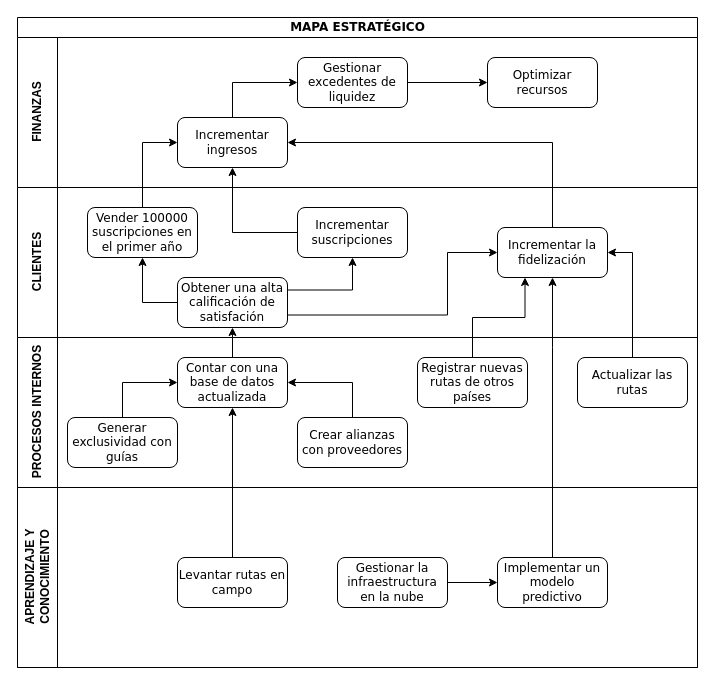
The draw.io diagram CMI.drawio in paulchicaiza/tics, before the edit. Source tidied: cells renumbered, new cells numbered last; positions are measured from the earlier drawing's top-left corner, leaving out a move shared by most shapes. Both pictures are drawn from the tidied source at 100%, with x=0, y=0 at pixel (17, 17).
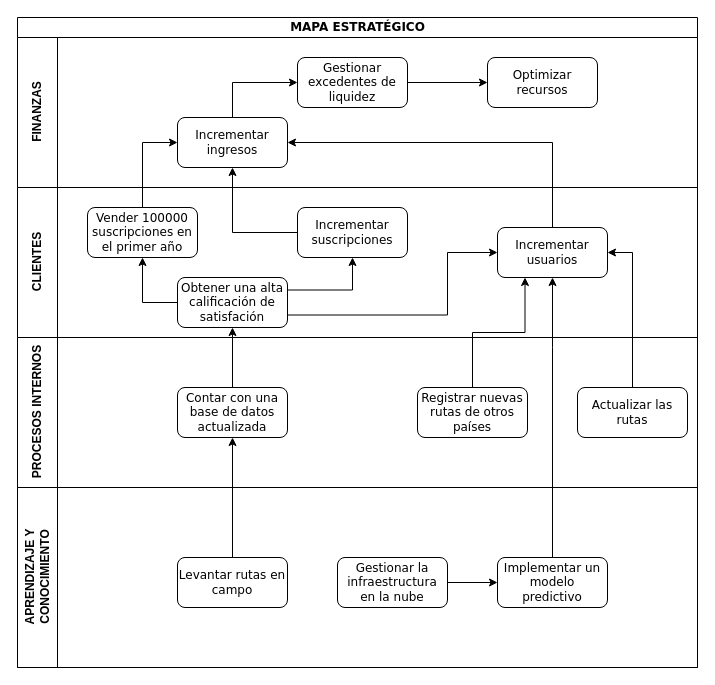
Above is the later version.

Unchanged cells that the change refers to:
```xml
<mxCell id="9" value="CLIENTES" style="swimlane;html=1;startSize=40;horizontal=0;" parent="2" vertex="1">
  <mxGeometry y="170" width="680" height="150" as="geometry" />
</mxCell>
<mxCell id="17" value="PROCESOS INTERNOS" style="swimlane;html=1;startSize=40;horizontal=0;" parent="2" vertex="1">
  <mxGeometry y="320" width="680" height="150" as="geometry" />
</mxCell>
```

The edit, as a diff of the source:
```diff
@@
-    <mxCell id="14" value="Incrementar la fidelización" style="rounded=1;whiteSpace=wrap;html=1;shadow=0;labelBackgroundColor=none;strokeWidth=1;fontFamily=Verdana;fontSize=12;align=center;" parent="9" vertex="1">
+    <mxCell id="14" value="Incrementar usuarios" style="rounded=1;whiteSpace=wrap;html=1;shadow=0;labelBackgroundColor=none;strokeWidth=1;fontFamily=Verdana;fontSize=12;align=center;" parent="9" vertex="1">
       <mxGeometry x="480" y="40" width="110" height="50" as="geometry" />
     </mxCell>
@@
     <mxCell id="18" value="Actualizar las rutas" style="rounded=1;whiteSpace=wrap;html=1;shadow=0;labelBackgroundColor=none;strokeWidth=1;fontFamily=Verdana;fontSize=12;align=center;" parent="17" vertex="1">
-      <mxGeometry x="560" y="20" width="110" height="50" as="geometry" />
+      <mxGeometry x="560" y="50" width="110" height="50" as="geometry" />
     </mxCell>
     <mxCell id="19" value="Contar con una base de datos actualizada" style="rounded=1;whiteSpace=wrap;html=1;shadow=0;labelBackgroundColor=none;strokeWidth=1;fontFamily=Verdana;fontSize=12;align=center;" parent="17" vertex="1">
-      <mxGeometry x="160" y="20" width="110" height="50" as="geometry" />
+      <mxGeometry x="160" y="50" width="110" height="50" as="geometry" />
     </mxCell>
     <mxCell id="20" value="Registrar nuevas rutas de otros países" style="rounded=1;whiteSpace=wrap;html=1;shadow=0;labelBackgroundColor=none;strokeWidth=1;fontFamily=Verdana;fontSize=12;align=center;" parent="17" vertex="1">
-      <mxGeometry x="400" y="20" width="110" height="50" as="geometry" />
+      <mxGeometry x="400" y="50" width="110" height="50" as="geometry" />
     </mxCell>
-    <mxCell id="21" value="Generar exclusividad con guías " style="rounded=1;whiteSpace=wrap;html=1;shadow=0;labelBackgroundColor=none;strokeWidth=1;fontFamily=Verdana;fontSize=12;align=center;" parent="17" vertex="1">
-      <mxGeometry x="50" y="80" width="110" height="50" as="geometry" />
-    </mxCell>
-    <mxCell id="22" style="edgeStyle=orthogonalEdgeStyle;rounded=0;jettySize=auto;html=1;entryX=0;entryY=0.5;entryDx=0;entryDy=0;exitX=0.5;exitY=0;exitDx=0;exitDy=0;" parent="17" edge="1" source="21" target="19">
-      <mxGeometry relative="1" as="geometry" />
-    </mxCell>
-    <mxCell id="23" style="edgeStyle=orthogonalEdgeStyle;rounded=0;jettySize=auto;html=1;entryX=1;entryY=0.5;entryDx=0;entryDy=0;exitX=0.5;exitY=0;exitDx=0;exitDy=0;" parent="17" edge="1" source="24" target="19">
-      <mxGeometry relative="1" as="geometry" />
-    </mxCell>
-    <mxCell id="24" value="Crear alianzas con proveedores" style="rounded=1;whiteSpace=wrap;html=1;shadow=0;labelBackgroundColor=none;strokeWidth=1;fontFamily=Verdana;fontSize=12;align=center;" parent="17" vertex="1">
-      <mxGeometry x="280" y="80" width="110" height="50" as="geometry" />
-    </mxCell>
```
